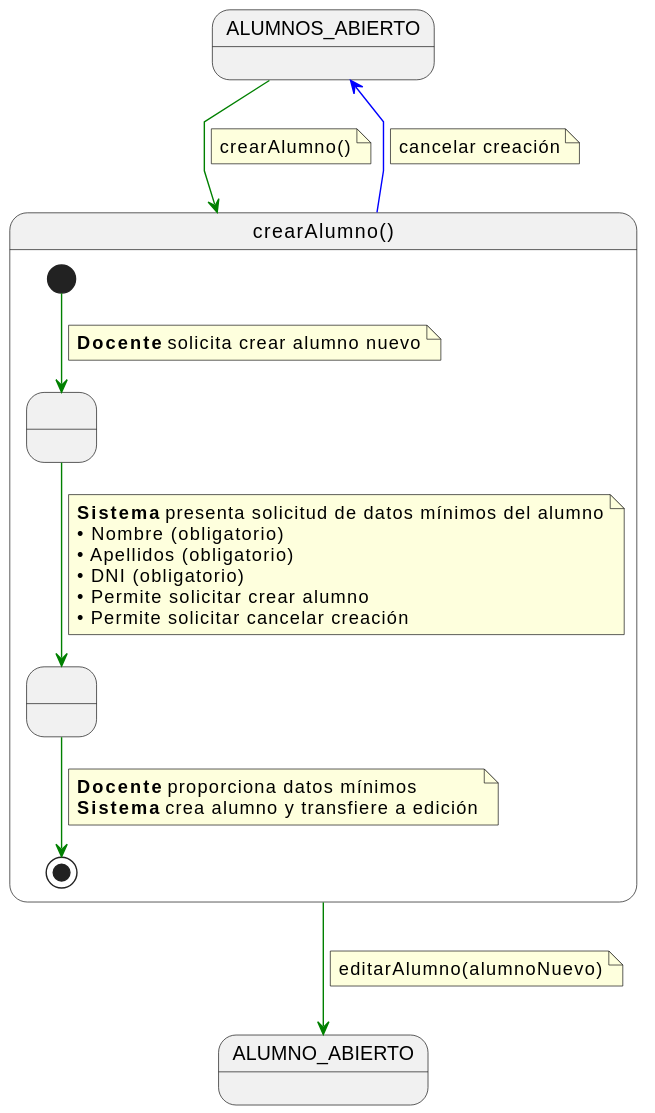
Before: documents/casos-de-uso/detalladoCasosDeUso/crearAlumno/crearAlumno.svg, a diagram exported from PlantUML (martinlopez7/25-26-IdSw1-SdR).
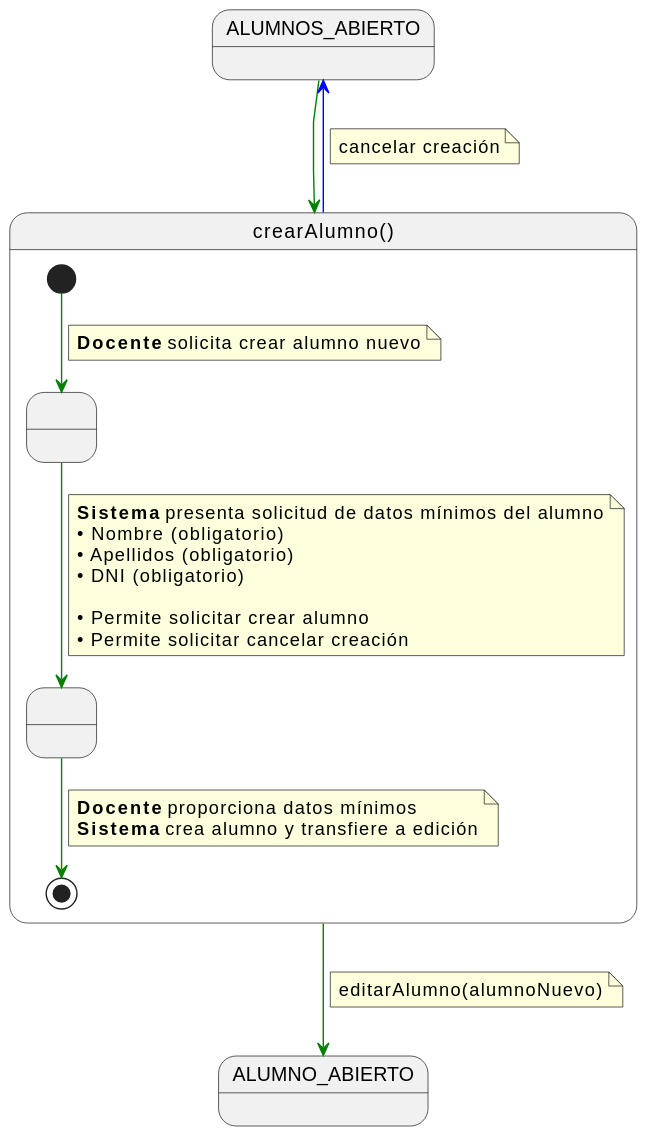
The same diagram one commit later.

Change to the diagram source:
```diff
@@ -4,9 +4,6 @@
 state ALUMNOS_ABIERTO
 
 ALUMNOS_ABIERTO -[#green]-> crearAlumno
-note on link
-crearAlumno()
-end note
 
 state crearAlumno as "crearAlumno()" {
 
@@ -24,6 +21,7 @@
     • Nombre (obligatorio)
     • Apellidos (obligatorio)
     • DNI (obligatorio)
+
     • Permite solicitar crear alumno
     • Permite solicitar cancelar creación
     end note
@@ -35,7 +33,6 @@
     end note
 }
 
-
 crearAlumno -[#green]-> ALUMNO_ABIERTO
 note on link
 editarAlumno(alumnoNuevo)
```
